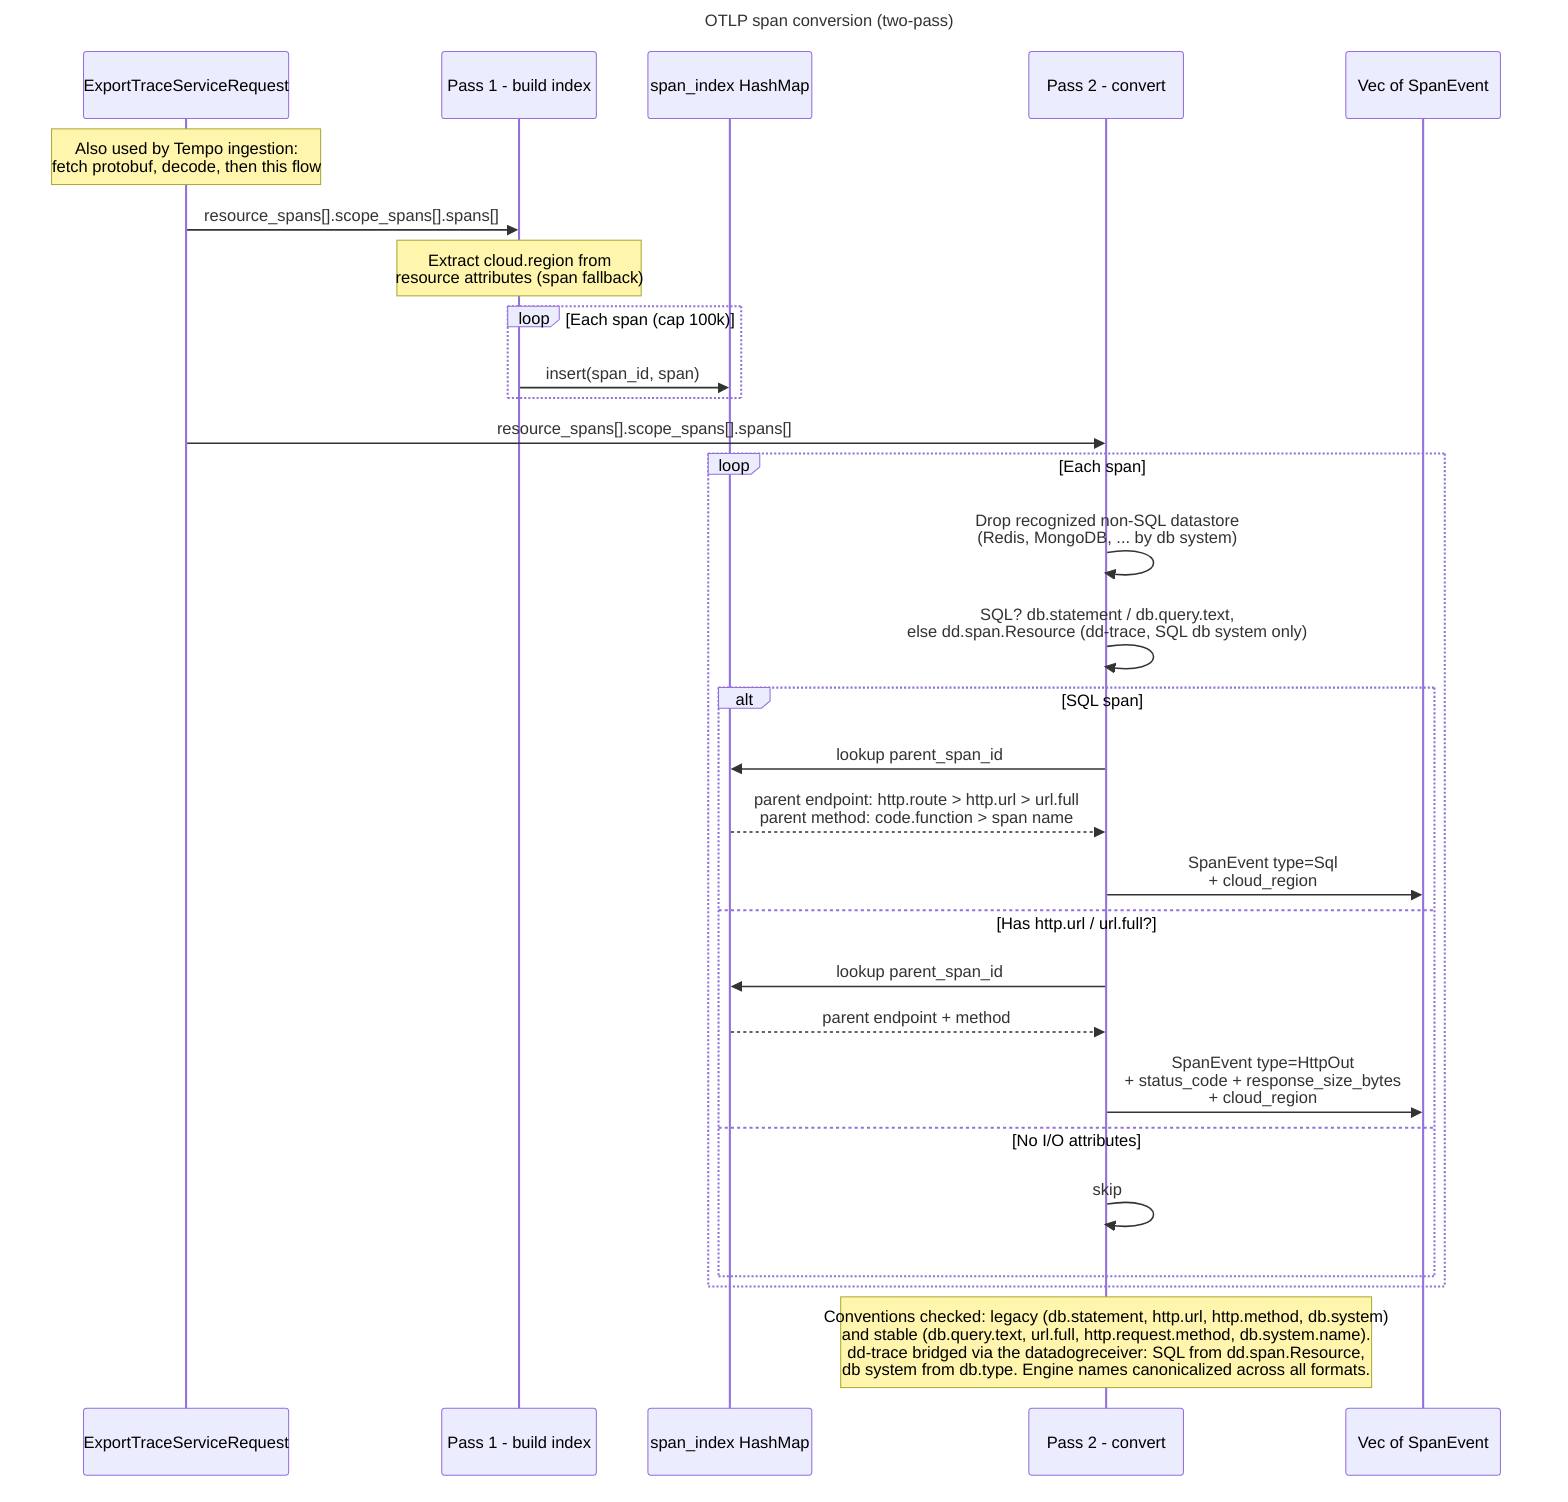
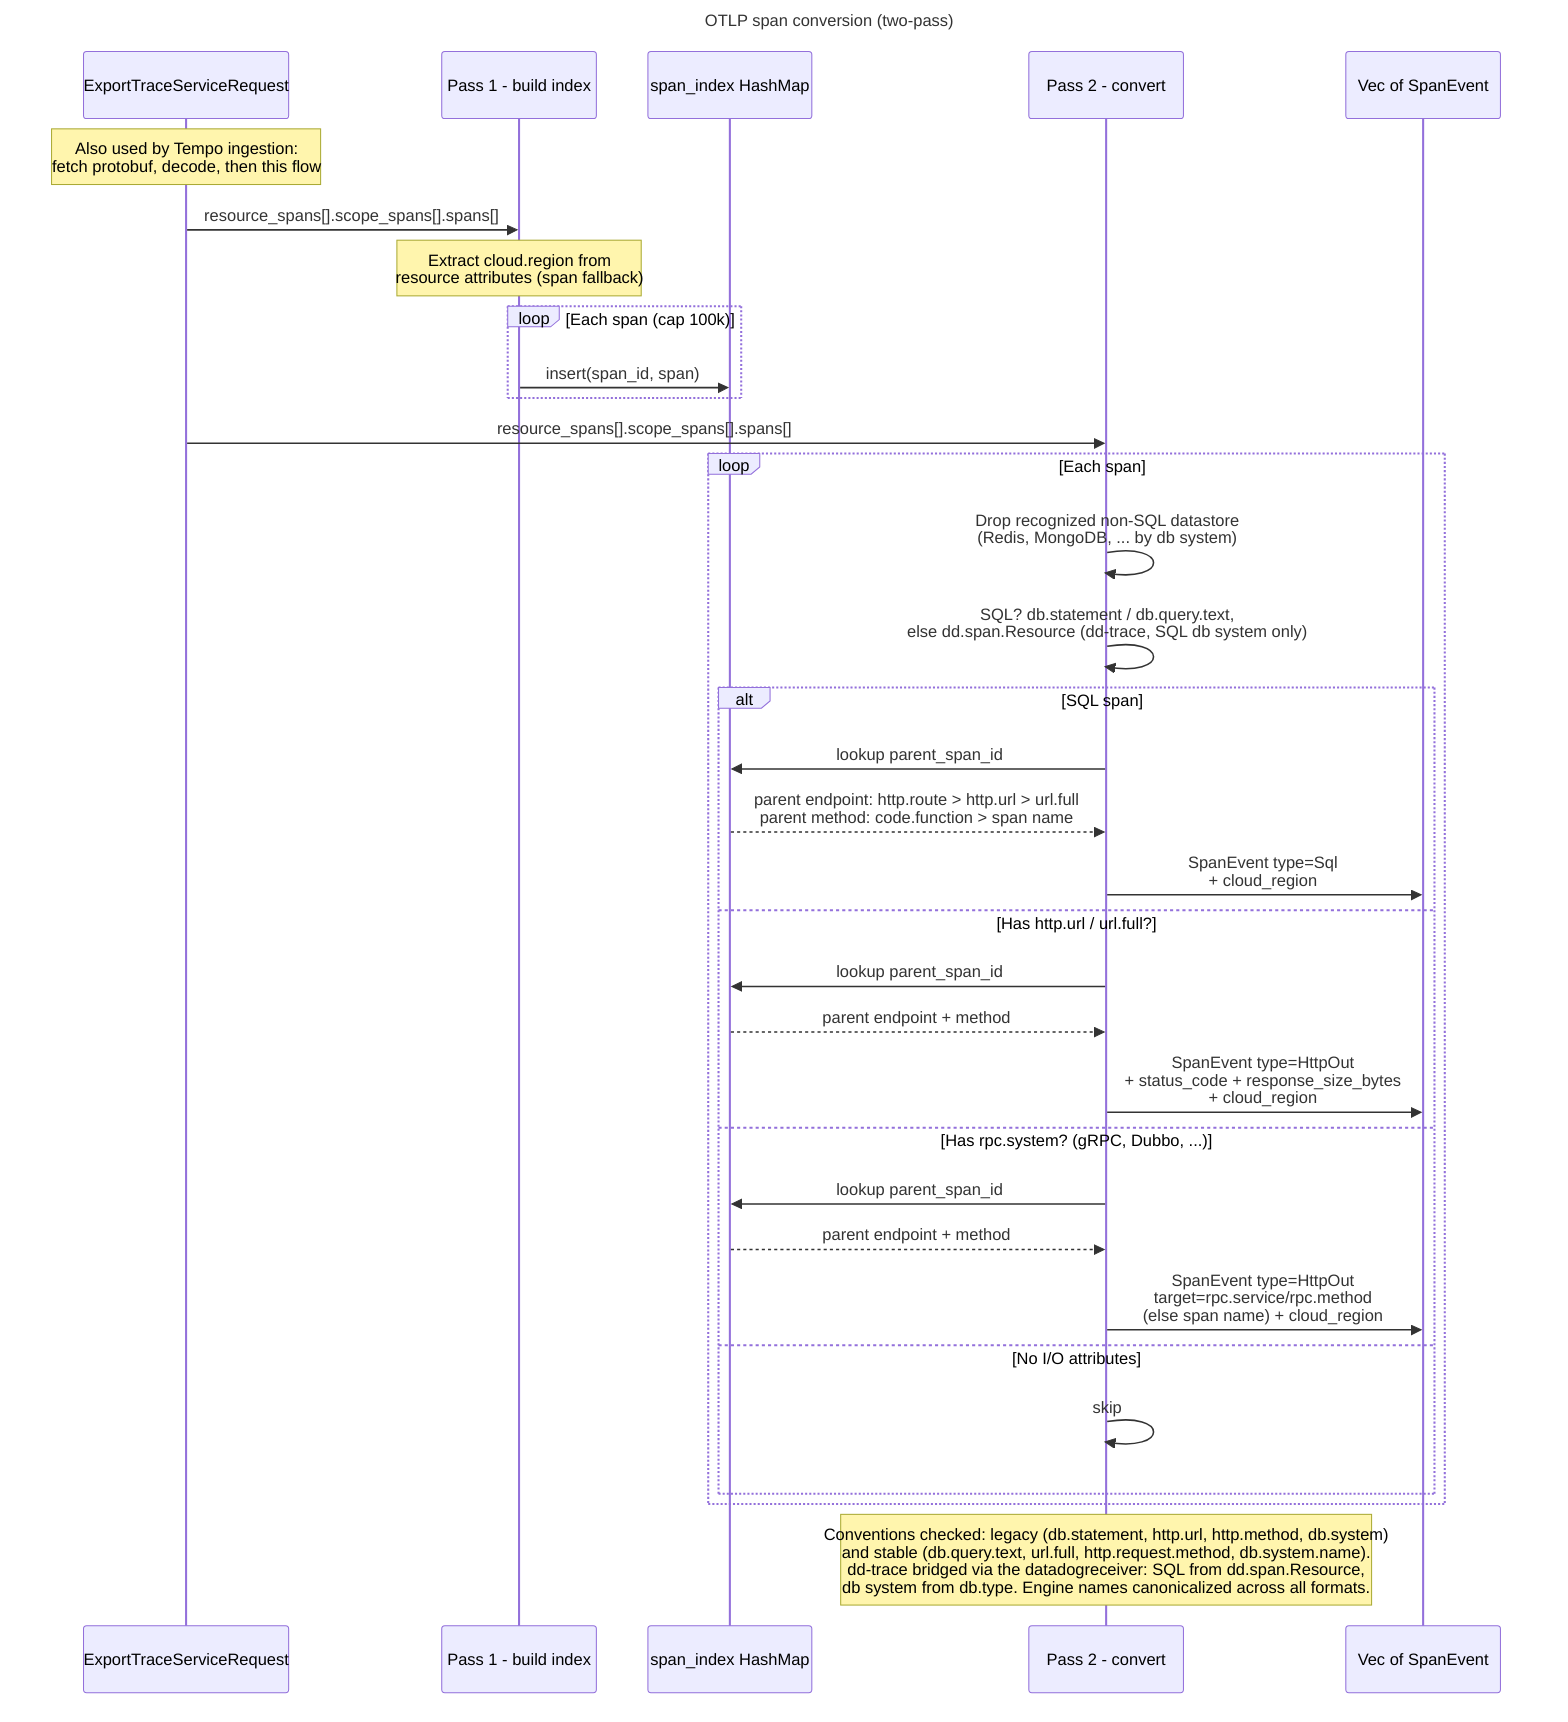
---
title: OTLP span conversion (two-pass)
---
sequenceDiagram
    participant Req as ExportTraceServiceRequest
    participant P1 as Pass 1 - build index
    participant Idx as span_index HashMap
    participant P2 as Pass 2 - convert
    participant Out as Vec of SpanEvent

    Note over Req: Also used by Tempo ingestion:<br/>fetch protobuf, decode, then this flow

    Req->>P1: resource_spans[].scope_spans[].spans[]
    Note over P1: Extract cloud.region from<br/>resource attributes (span fallback)
    loop Each span (cap 100k)
        P1->>Idx: insert(span_id, span)
    end

    Req->>P2: resource_spans[].scope_spans[].spans[]
    loop Each span
        P2->>P2: Drop recognized non-SQL datastore<br/>(Redis, MongoDB, ... by db system)
        P2->>P2: SQL? db.statement / db.query.text,<br/>else dd.span.Resource (dd-trace, SQL db system only)
        alt SQL span
            P2->>Idx: lookup parent_span_id
            Idx-->>P2: parent endpoint: http.route > http.url > url.full<br/>parent method: code.function > span name
            P2->>Out: SpanEvent type=Sql<br/>+ cloud_region
        else Has http.url / url.full?
            P2->>Idx: lookup parent_span_id
            Idx-->>P2: parent endpoint + method
            P2->>Out: SpanEvent type=HttpOut<br/>+ status_code + response_size_bytes<br/>+ cloud_region
+         else Has rpc.system? (gRPC, Dubbo, ...)
+             P2->>Idx: lookup parent_span_id
+             Idx-->>P2: parent endpoint + method
+             P2->>Out: SpanEvent type=HttpOut<br/>target=rpc.service/rpc.method<br/>(else span name) + cloud_region
        else No I/O attributes
            P2->>P2: skip
        end
    end

    Note over P2: Conventions checked: legacy (db.statement, http.url, http.method, db.system)<br/>and stable (db.query.text, url.full, http.request.method, db.system.name).<br/>dd-trace bridged via the datadogreceiver: SQL from dd.span.Resource,<br/>db system from db.type. Engine names canonicalized across all formats.
